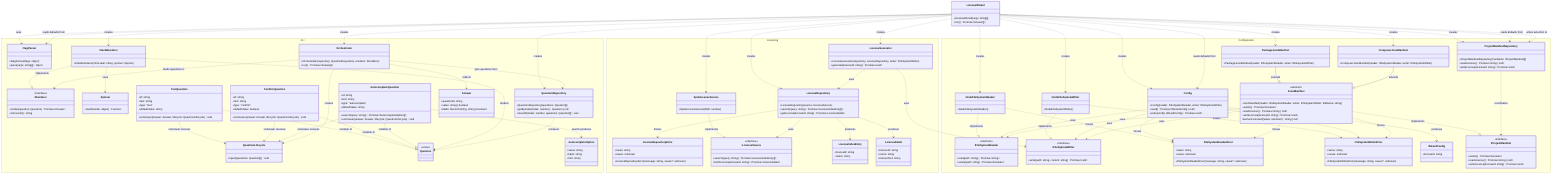
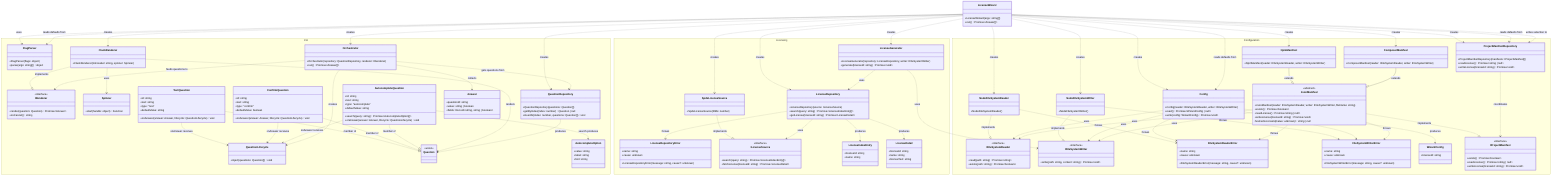
classDiagram
  direction TB

  class LicenseWizard {
    +LicenseWizard(args: string[])
    +run() Promise~Answer[]~
  }

  namespace CLI {
    class FlagParser {
      +FlagParser(flags: object)
      +parse(args: string[]) object
    }

    class Orchestrator {
      +Orchestrator(repository: QuestionRepository, renderer: IRenderer)
      +run() Promise~Answer[]~
    }

    class IRenderer {
      <<interface>>
      +render(question: Question) Promise~Answer~
      +onCancel() string
    }

    class ClackRenderer {
      +ClackRenderer(introLabel: string, spinner: Spinner)
    }

    class Spinner {
      +start(handle: object) Function
    }

    class QuestionRepository {
      +QuestionRepository(questions: Question[])
      +getByIndex(index: number) Question | null
      +insertAt(index: number, questions: Question[]) void
    }

    class QuestionLifecycle {
      +inject(questions: Question[]) void
    }

    class Question {
      <<union>>
    }

    class TextQuestion {
      +id: string
      +text: string
      +type: "text"
      +defaultValue: string
      +onAnswer(answer: Answer, lifecycle: QuestionLifecycle) void
    }

    class ConfirmQuestion {
      +id: string
      +text: string
      +type: "confirm"
      +defaultValue: boolean
      +onAnswer(answer: Answer, lifecycle: QuestionLifecycle) void
    }

    class AutocompleteQuestion {
      +id: string
      +text: string
      +type: "autocomplete"
      +defaultValue: string
      +search(query: string) Promise~AutocompleteOption[]~
      +onAnswer(answer: Answer, lifecycle: QuestionLifecycle) void
    }

    class AutocompleteOption {
      +value: string
      +label: string
      +hint: string
    }

    class Answer {
      +questionId: string
      +value: string | boolean
      +fields: Record~string, string | boolean~
    }
  }

  namespace Licensing {
    class LicenseRepository {
      +LicenseRepository(source: ILicenseSource)
      +search(query: string) Promise~LicenseIndexEntry[]~
      +getLicense(licenseId: string) Promise~LicenseDetail~
    }

    class LicenseRepositoryError {
      +name: string
      +cause: unknown
      +LicenseRepositoryError(message: string, cause?: unknown)
    }

    class ILicenseSource {
      <<interface>>
      +search(query: string) Promise~LicenseIndexEntry[]~
      +fetchLicense(licenseId: string) Promise~LicenseDetail~
    }

    class SpdxLicenseSource {
      +SpdxLicenseSource(ttlMs: number)
    }

    class LicenseIndexEntry {
      +licenseId: string
      +name: string
    }

    class LicenseDetail {
      +licenseId: string
      +name: string
      +licenseText: string
    }

    class LicenseGenerator {
      +LicenseGenerator(repository: LicenseRepository, writer: IFileSystemWriter)
      +generate(licenseId: string) Promise~void~
    }
  }

  namespace Configuration {
    class IFileSystemReader {
      <<interface>>
      +read(path: string) Promise~string~
      +exists(path: string) Promise~boolean~
    }

    class IFileSystemWriter {
      <<interface>>
      +write(path: string, content: string) Promise~void~
    }

    class NodeFileSystemReader {
      +NodeFileSystemReader()
    }

    class NodeFileSystemWriter {
      +NodeFileSystemWriter()
    }

    class FileSystemReaderError {
      +name: string
      +cause: unknown
      +FileSystemReaderError(message: string, cause?: unknown)
    }

    class FileSystemWriterError {
      +name: string
      +cause: unknown
      +FileSystemWriterError(message: string, cause?: unknown)
    }

    class WizardConfig {
      +licenseId: string
    }

    class Config {
      +Config(reader: IFileSystemReader, writer: IFileSystemWriter)
      +read() Promise~WizardConfig | null~
      +write(config: WizardConfig) Promise~void~
    }

    class IProjectManifest {
      <<interface>>
      +exists() Promise~boolean~
      +readLicense() Promise~string | null~
      +writeLicense(licenseId: string) Promise~void~
    }

    class JsonManifest {
      <<abstract>>
      +JsonManifest(reader: IFileSystemReader, writer: IFileSystemWriter, fileName: string)
      +exists() Promise~boolean~
      +readLicense() Promise~string | null~
      +writeLicense(licenseId: string) Promise~void~
      #extractLicenseId(value: unknown)* string | null
    }

-     class PackageJsonManifest {
-       +PackageJsonManifest(reader: IFileSystemReader, writer: IFileSystemWriter)
-     }
- 
-     class ComposerJsonManifest {
-       +ComposerJsonManifest(reader: IFileSystemReader, writer: IFileSystemWriter)
+     class NpmManifest {
+       +NpmManifest(reader: IFileSystemReader, writer: IFileSystemWriter)
+     }
+ 
+     class ComposerManifest {
+       +ComposerManifest(reader: IFileSystemReader, writer: IFileSystemWriter)
    }

    class ProjectManifestRepository {
      +ProjectManifestRepository(manifests: IProjectManifest[])
      +readLicense() Promise~string | null~
      +writeLicense(licenseId: string) Promise~void~
    }
  }

  TextQuestion ..|> Question : member of
  ConfirmQuestion ..|> Question : member of
  AutocompleteQuestion ..|> Question : member of
  TextQuestion ..> QuestionLifecycle : onAnswer receives
  ConfirmQuestion ..> QuestionLifecycle : onAnswer receives
  AutocompleteQuestion ..> QuestionLifecycle : onAnswer receives
  Orchestrator ..> QuestionLifecycle : creates
  ClackRenderer ..|> IRenderer : implements
  ClackRenderer ..> Spinner : uses
  LicenseWizard ..> FlagParser : uses
  LicenseWizard ..> FlagParser : reads defaults from
  LicenseWizard ..> QuestionRepository : creates
  LicenseWizard ..> ClackRenderer : creates
  LicenseWizard ..> Orchestrator : creates
  LicenseWizard ..> SpdxLicenseSource : creates
  LicenseWizard ..> LicenseRepository : creates
  LicenseWizard ..> LicenseGenerator : creates
  Orchestrator ..> QuestionRepository : gets questions from
  Orchestrator ..> IRenderer : feeds questions to
  ClackRenderer ..> Question : renders
  QuestionRepository ..> Question : produces
  AutocompleteQuestion ..> AutocompleteOption : search produces
  Orchestrator ..> Answer : collects
  SpdxLicenseSource ..|> ILicenseSource : implements
  LicenseRepository ..> ILicenseSource : uses
  LicenseRepository ..> LicenseIndexEntry : produces
  LicenseRepository ..> LicenseDetail : produces
  LicenseRepository ..> LicenseRepositoryError : throws
  LicenseGenerator ..> LicenseRepository : uses
  LicenseGenerator ..> IFileSystemWriter : uses
  NodeFileSystemReader ..|> IFileSystemReader : implements
  NodeFileSystemWriter ..|> IFileSystemWriter : implements
  NodeFileSystemReader ..> FileSystemReaderError : throws
  NodeFileSystemWriter ..> FileSystemWriterError : throws
  Config ..> IFileSystemReader : uses
  Config ..> IFileSystemWriter : uses
  Config ..> WizardConfig : produces
  Config ..> FileSystemReaderError : throws
  Config ..> FileSystemWriterError : throws
  JsonManifest ..|> IProjectManifest : implements
-   PackageJsonManifest --|> JsonManifest : extends
-   ComposerJsonManifest --|> JsonManifest : extends
+   NpmManifest --|> JsonManifest : extends
+   ComposerManifest --|> JsonManifest : extends
  JsonManifest ..> IFileSystemReader : uses
  JsonManifest ..> IFileSystemWriter : uses
  JsonManifest ..> FileSystemReaderError : throws
  JsonManifest ..> FileSystemWriterError : throws
  ProjectManifestRepository ..> IProjectManifest : coordinates
  LicenseWizard ..> NodeFileSystemReader : creates
  LicenseWizard ..> NodeFileSystemWriter : creates
  LicenseWizard ..> Config : creates
  LicenseWizard ..> Config : reads defaults from
-   LicenseWizard ..> PackageJsonManifest : creates
-   LicenseWizard ..> ComposerJsonManifest : creates
+   LicenseWizard ..> NpmManifest : creates
+   LicenseWizard ..> ComposerManifest : creates
  LicenseWizard ..> ProjectManifestRepository : creates
  LicenseWizard ..> ProjectManifestRepository : reads defaults from
  LicenseWizard ..> ProjectManifestRepository : writes selection to
